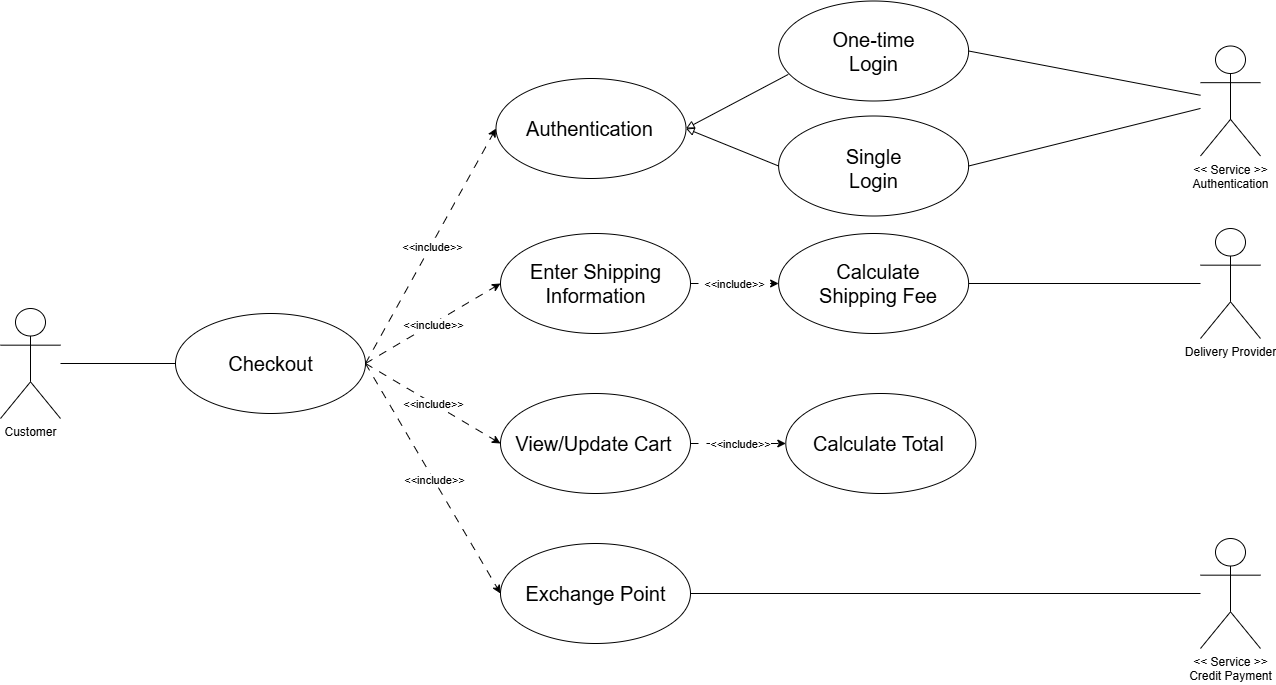
Thu-sunrise/cloud_computing keeps this draw.io diagram as docs/usecases/detailed/checkout.drawio.png. Above is the earlier version. Source tidied: cells renumbered, new cells last; positions are measured from the earlier drawing's top-left corner, leaving out a move shared by most shapes.
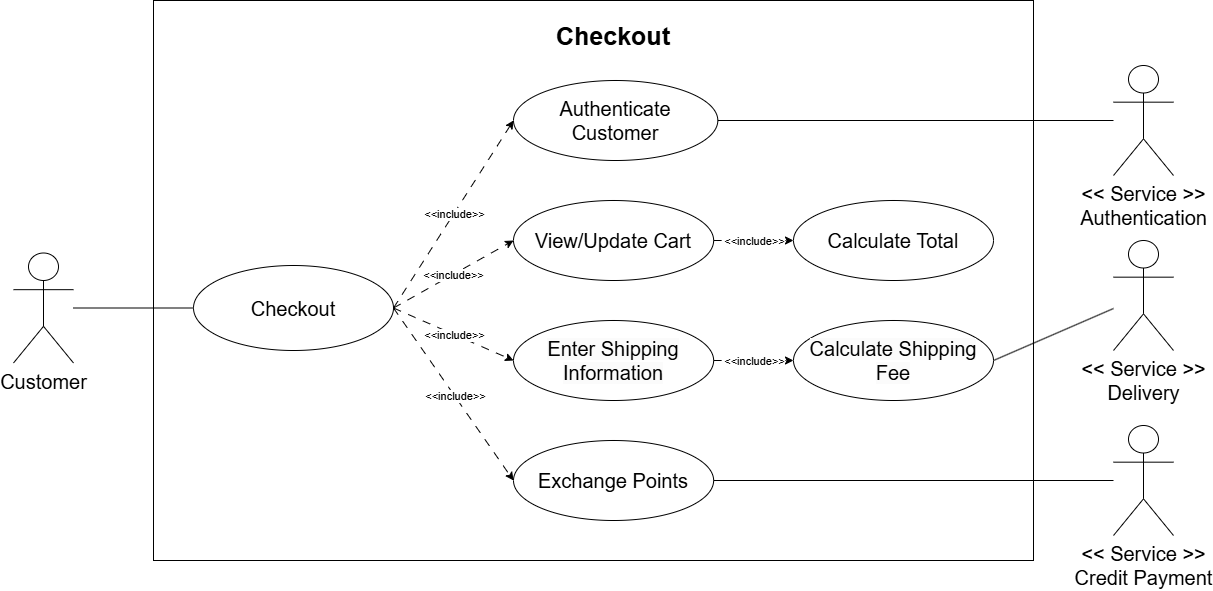
The same file after the commit.

Change to the diagram source:
```diff
@@ -1,18 +1,18 @@
-<mxGraphModel>
+<mxGraphModel background="#ffffff">
   <root>
     <mxCell id="0" />
     <mxCell id="1" parent="0" />
+    <mxCell id="43" style="rounded=0;whiteSpace=wrap;html=1;" parent="1" vertex="1">
+      <mxGeometry x="110" y="2" width="880" height="560" as="geometry" />
+    </mxCell>
-    <mxCell id="2" style="ellipse;whiteSpace=wrap;html=1;" parent="1" vertex="1">
-      <mxGeometry x="175" y="312" width="190" height="100" as="geometry" />
+    <mxCell id="2" value="Checkout" style="ellipse;whiteSpace=wrap;html=1;fontSize=20;" parent="1" vertex="1">
+      <mxGeometry x="150" y="267" width="200" height="85" as="geometry" />
     </mxCell>
-    <mxCell id="3" style="edgeStyle=orthogonalEdgeStyle;rounded=0;jettySize=auto;html=1;entryX=0;entryY=0.5;entryDx=0;entryDy=0;endArrow=none;endFill=0;" parent="1" edge="1" source="36" target="2">
-      <mxGeometry relative="1" as="geometry" />
-    </mxCell>
-    <mxCell id="4" style="ellipse;whiteSpace=wrap;html=1;" parent="1" vertex="1">
-      <mxGeometry x="495.5" y="77" width="190" height="100" as="geometry" />
+    <mxCell id="4" value="&lt;span style=&quot;color: rgb(0, 0, 0); font-size: 20px;&quot;&gt;Authenticate Customer&lt;/span&gt;" style="ellipse;whiteSpace=wrap;html=1;" parent="1" vertex="1">
+      <mxGeometry x="470" y="82" width="204.3" height="80" as="geometry" />
     </mxCell>
-    <mxCell id="5" style="ellipse;whiteSpace=wrap;html=1;" parent="1" vertex="1">
-      <mxGeometry x="500" y="232" width="190" height="100" as="geometry" />
+    <mxCell id="5" value="&lt;span style=&quot;color: rgb(0, 0, 0); font-family: Helvetica; font-size: 20px; font-style: normal; font-variant-ligatures: normal; font-variant-caps: normal; font-weight: 400; letter-spacing: normal; orphans: 2; text-align: center; text-indent: 0px; text-transform: none; widows: 2; word-spacing: 0px; -webkit-text-stroke-width: 0px; white-space: normal; background-color: rgb(251, 251, 251); text-decoration-thickness: initial; text-decoration-style: initial; text-decoration-color: initial; float: none; display: inline !important;&quot;&gt;Enter Shipping Information&lt;/span&gt;" style="ellipse;whiteSpace=wrap;html=1;" parent="1" vertex="1">
+      <mxGeometry x="470" y="322" width="200.2" height="80" as="geometry" />
     </mxCell>
     <mxCell id="6" style="endArrow=classic;html=1;rounded=0;exitX=1;exitY=0.5;exitDx=0;exitDy=0;entryX=0;entryY=0.5;entryDx=0;entryDy=0;dashed=1;dashPattern=8 8;endFill=1;" parent="1" edge="1" source="2" target="4">
       <mxGeometry relative="1" as="geometry" />
@@ -20,8 +20,8 @@
     <mxCell id="7" value="&amp;lt;&amp;lt;include&amp;gt;&amp;gt;" style="edgeLabel;html=1;align=center;verticalAlign=middle;" parent="6" vertex="1">
       <mxGeometry relative="1" as="geometry" />
     </mxCell>
-    <mxCell id="8" style="ellipse;whiteSpace=wrap;html=1;" parent="1" vertex="1">
-      <mxGeometry x="500" y="542" width="190" height="100" as="geometry" />
+    <mxCell id="8" value="&lt;span style=&quot;color: rgb(0, 0, 0); font-size: 20px;&quot;&gt;Exchange Points&lt;/span&gt;" style="ellipse;whiteSpace=wrap;html=1;" parent="1" vertex="1">
+      <mxGeometry x="470" y="442" width="200.2" height="80" as="geometry" />
     </mxCell>
     <mxCell id="9" style="endArrow=classic;html=1;rounded=0;exitX=1;exitY=0.5;exitDx=0;exitDy=0;entryX=0;entryY=0.5;entryDx=0;entryDy=0;dashed=1;dashPattern=8 8;" parent="1" edge="1" source="2" target="8">
       <mxGeometry relative="1" as="geometry" />
@@ -35,8 +35,8 @@
     <mxCell id="12" value="&amp;lt;&amp;lt;include&amp;gt;&amp;gt;" style="edgeLabel;html=1;align=center;verticalAlign=middle;" parent="11" vertex="1">
       <mxGeometry relative="1" as="geometry" />
     </mxCell>
-    <mxCell id="13" style="ellipse;whiteSpace=wrap;html=1;" parent="1" vertex="1">
-      <mxGeometry x="500" y="392" width="190" height="100" as="geometry" />
+    <mxCell id="13" value="&lt;span style=&quot;color: rgb(0, 0, 0); font-size: 20px;&quot;&gt;View/Update Cart&lt;/span&gt;" style="ellipse;whiteSpace=wrap;html=1;" parent="1" vertex="1">
+      <mxGeometry x="470" y="202" width="200.2" height="80" as="geometry" />
     </mxCell>
     <mxCell id="14" style="endArrow=classic;html=1;rounded=0;exitX=1;exitY=0.5;exitDx=0;exitDy=0;entryX=0;entryY=0.5;entryDx=0;entryDy=0;dashed=1;dashPattern=8 8;" parent="1" edge="1" source="2" target="13">
       <mxGeometry relative="1" as="geometry" />
@@ -44,41 +44,17 @@
     <mxCell id="15" value="&amp;lt;&amp;lt;include&amp;gt;&amp;gt;" style="edgeLabel;html=1;align=center;verticalAlign=middle;" parent="14" vertex="1">
       <mxGeometry relative="1" as="geometry" />
     </mxCell>
-    <mxCell id="16" style="ellipse;whiteSpace=wrap;html=1;" parent="1" vertex="1">
-      <mxGeometry x="778.1" y="-0.5" width="190" height="100" as="geometry" />
-    </mxCell>
-    <mxCell id="17" value="One-time Login" style="text;html=1;align=center;verticalAlign=middle;whiteSpace=wrap;rounded=0;fontSize=20;" parent="1" vertex="1">
-      <mxGeometry x="821.9" y="37" width="102.5" height="25" as="geometry" />
-    </mxCell>
-    <mxCell id="18" style="ellipse;whiteSpace=wrap;html=1;" parent="1" vertex="1">
-      <mxGeometry x="778.1" y="114.5" width="190" height="100" as="geometry" />
-    </mxCell>
-    <mxCell id="19" value="Single Login" style="text;html=1;align=center;verticalAlign=middle;whiteSpace=wrap;rounded=0;fontSize=20;" parent="1" vertex="1">
-      <mxGeometry x="821.9" y="154.5" width="102.5" height="25" as="geometry" />
-    </mxCell>
-    <mxCell id="20" style="rounded=0;jettySize=auto;html=1;entryX=1;entryY=0.5;entryDx=0;entryDy=0;endArrow=block;endFill=0;exitX=0.051;exitY=0.734;exitDx=0;exitDy=0;exitPerimeter=0;" parent="1" edge="1" source="16" target="4">
-      <mxGeometry relative="1" as="geometry" />
-    </mxCell>
-    <mxCell id="21" style="rounded=0;jettySize=auto;html=1;entryX=1;entryY=0.5;entryDx=0;entryDy=0;endArrow=block;endFill=0;exitX=0;exitY=0.5;exitDx=0;exitDy=0;" parent="1" edge="1" source="18" target="4">
-      <mxGeometry relative="1" as="geometry" />
-    </mxCell>
-    <mxCell id="22" style="rounded=0;jettySize=auto;html=1;entryX=1;entryY=0.5;entryDx=0;entryDy=0;endArrow=none;endFill=0;" parent="1" edge="1" source="23" target="18">
-      <mxGeometry relative="1" as="geometry" />
-    </mxCell>
-    <mxCell id="23" value="&lt;div&gt;&amp;lt;&amp;lt; Service &amp;gt;&amp;gt;&lt;/div&gt;&lt;div&gt;Authentication&lt;/div&gt;" style="shape=umlActor;verticalLabelPosition=bottom;verticalAlign=top;html=1;outlineConnect=0;" parent="1" vertex="1">
-      <mxGeometry x="1200" y="44.5" width="60" height="110" as="geometry" />
+    <mxCell id="23" value="&lt;div&gt;&amp;lt;&amp;lt; Service &amp;gt;&amp;gt;&lt;/div&gt;&lt;div&gt;Authentication&lt;/div&gt;" style="shape=umlActor;verticalLabelPosition=bottom;verticalAlign=top;html=1;outlineConnect=0;fontSize=20;" parent="1" vertex="1">
+      <mxGeometry x="1070" y="67" width="60" height="110" as="geometry" />
     </mxCell>
     <mxCell id="24" style="rounded=0;jettySize=auto;html=1;endArrow=none;endFill=0;entryX=1;entryY=0.5;entryDx=0;entryDy=0;" parent="1" edge="1" source="34" target="30">
       <mxGeometry relative="1" as="geometry" />
     </mxCell>
-    <mxCell id="25" style="rounded=0;jettySize=auto;html=1;entryX=1;entryY=0.5;entryDx=0;entryDy=0;endArrow=none;endFill=0;" parent="1" edge="1" source="23" target="16">
-      <mxGeometry relative="1" as="geometry" />
-    </mxCell>
     <mxCell id="26" style="rounded=0;jettySize=auto;html=1;entryX=1;entryY=0.5;entryDx=0;entryDy=0;endArrow=none;endFill=0;" parent="1" edge="1" source="35" target="8">
       <mxGeometry relative="1" as="geometry" />
     </mxCell>
-    <mxCell id="27" style="ellipse;whiteSpace=wrap;html=1;" parent="1" vertex="1">
-      <mxGeometry x="785.3" y="392" width="190" height="100" as="geometry" />
+    <mxCell id="27" value="&lt;span style=&quot;color: rgb(0, 0, 0); font-size: 20px;&quot;&gt;Calculate Total&lt;/span&gt;" style="ellipse;whiteSpace=wrap;html=1;" parent="1" vertex="1">
+      <mxGeometry x="750" y="202" width="200" height="80" as="geometry" />
     </mxCell>
     <mxCell id="28" style="endArrow=classic;html=1;rounded=0;exitX=1;exitY=0.5;exitDx=0;exitDy=0;entryX=0;entryY=0.5;entryDx=0;entryDy=0;dashed=1;dashPattern=8 8;" parent="1" edge="1" source="13" target="27">
       <mxGeometry relative="1" as="geometry" />
@@ -86,8 +62,8 @@
     <mxCell id="29" value="&amp;lt;&amp;lt;include&amp;gt;&amp;gt;" style="edgeLabel;html=1;align=center;verticalAlign=middle;" parent="28" vertex="1">
       <mxGeometry relative="1" as="geometry" />
     </mxCell>
-    <mxCell id="30" style="ellipse;whiteSpace=wrap;html=1;" parent="1" vertex="1">
-      <mxGeometry x="778.1" y="232" width="190" height="100" as="geometry" />
+    <mxCell id="30" value="&lt;span style=&quot;color: rgb(0, 0, 0); font-family: Helvetica; font-size: 20px; font-style: normal; font-variant-ligatures: normal; font-variant-caps: normal; font-weight: 400; letter-spacing: normal; orphans: 2; text-align: center; text-indent: 0px; text-transform: none; widows: 2; word-spacing: 0px; -webkit-text-stroke-width: 0px; white-space: normal; background-color: rgb(251, 251, 251); text-decoration-thickness: initial; text-decoration-style: initial; text-decoration-color: initial; float: none; display: inline !important;&quot;&gt;Calculate Shipping Fee&lt;/span&gt;" style="ellipse;whiteSpace=wrap;html=1;" parent="1" vertex="1">
+      <mxGeometry x="750" y="322" width="200" height="80" as="geometry" />
     </mxCell>
     <mxCell id="31" style="endArrow=classic;html=1;rounded=0;exitX=1;exitY=0.5;exitDx=0;exitDy=0;entryX=0;entryY=0.5;entryDx=0;entryDy=0;dashed=1;dashPattern=8 8;" parent="1" edge="1" source="5" target="30">
       <mxGeometry relative="1" as="geometry" />
@@ -95,35 +71,23 @@
     <mxCell id="32" value="&amp;lt;&amp;lt;include&amp;gt;&amp;gt;" style="edgeLabel;html=1;align=center;verticalAlign=middle;" parent="31" vertex="1">
       <mxGeometry relative="1" as="geometry" />
     </mxCell>
-    <mxCell id="33" value="Calculate Shipping Fee" style="text;html=1;align=center;verticalAlign=middle;whiteSpace=wrap;rounded=0;fontSize=20;" parent="1" vertex="1">
-      <mxGeometry x="797.4" y="269.5" width="162" height="25" as="geometry" />
-    </mxCell>
-    <mxCell id="34" value="Delivery Provider" style="shape=umlActor;verticalLabelPosition=bottom;verticalAlign=top;html=1;outlineConnect=0;" parent="1" vertex="1">
-      <mxGeometry x="1200" y="227" width="60" height="110" as="geometry" />
+    <mxCell id="34" value="&amp;lt;&amp;lt; Service &amp;gt;&amp;gt;&lt;div&gt;Delivery&lt;/div&gt;" style="shape=umlActor;verticalLabelPosition=bottom;verticalAlign=top;html=1;outlineConnect=0;fontSize=20;" parent="1" vertex="1">
+      <mxGeometry x="1070" y="242" width="60" height="110" as="geometry" />
     </mxCell>
-    <mxCell id="35" value="&lt;div&gt;&amp;lt;&amp;lt; Service &amp;gt;&amp;gt;&lt;/div&gt;&lt;div&gt;Credit Payment&lt;/div&gt;" style="shape=umlActor;verticalLabelPosition=bottom;verticalAlign=top;html=1;outlineConnect=0;" parent="1" vertex="1">
-      <mxGeometry x="1200" y="537" width="60" height="110" as="geometry" />
+    <mxCell id="35" value="&lt;div&gt;&amp;lt;&amp;lt; Service &amp;gt;&amp;gt;&lt;/div&gt;&lt;div&gt;Credit Payment&lt;/div&gt;" style="shape=umlActor;verticalLabelPosition=bottom;verticalAlign=top;html=1;outlineConnect=0;fontSize=20;" parent="1" vertex="1">
+      <mxGeometry x="1070" y="427" width="60" height="110" as="geometry" />
     </mxCell>
-    <mxCell id="36" value="&lt;div&gt;Customer&lt;/div&gt;" style="shape=umlActor;verticalLabelPosition=bottom;verticalAlign=top;html=1;outlineConnect=0;" parent="1" vertex="1">
-      <mxGeometry y="307" width="60" height="110" as="geometry" />
+    <mxCell id="36" value="&lt;div&gt;Customer&lt;/div&gt;" style="shape=umlActor;verticalLabelPosition=bottom;verticalAlign=top;html=1;outlineConnect=0;fontSize=20;" parent="1" vertex="1">
+      <mxGeometry x="-30" y="254.5" width="60" height="110" as="geometry" />
     </mxCell>
+    <mxCell id="44" style="endArrow=none;html=1;exitX=1;exitY=0.5;exitDx=0;exitDy=0;" parent="1" edge="1" source="4" target="23">
+      <mxGeometry relative="1" as="geometry" />
+    </mxCell>
+    <mxCell id="3" style="endArrow=none;html=1;entryX=0;entryY=0.5;entryDx=0;entryDy=0;" parent="1" edge="1" source="36" target="2">
+      <mxGeometry relative="1" as="geometry" />
+    </mxCell>
-    <mxCell id="37" value="Checkout" style="text;html=1;align=center;verticalAlign=middle;whiteSpace=wrap;rounded=0;fontSize=20;" parent="1" vertex="1">
-      <mxGeometry x="180.7" y="349.5" width="178.6" height="25" as="geometry" />
+    <mxCell id="37" value="&lt;font style=&quot;font-size: 25px;&quot;&gt;&lt;b&gt;Checkout&lt;/b&gt;&lt;/font&gt;" style="text;html=1;align=center;verticalAlign=middle;whiteSpace=wrap;rounded=0;" parent="1" vertex="1">
+      <mxGeometry x="540.1" y="22" width="60" height="30" as="geometry" />
     </mxCell>
-    <mxCell id="38" value="Authentication" style="text;html=1;align=center;verticalAlign=middle;whiteSpace=wrap;rounded=0;fontSize=20;" parent="1" vertex="1">
-      <mxGeometry x="500" y="114.5" width="178.6" height="25" as="geometry" />
-    </mxCell>
-    <mxCell id="39" value="Enter Shipping Information" style="text;html=1;align=center;verticalAlign=middle;whiteSpace=wrap;rounded=0;fontSize=20;" parent="1" vertex="1">
-      <mxGeometry x="505.7" y="269.5" width="178.6" height="25" as="geometry" />
-    </mxCell>
-    <mxCell id="40" value="View/Update Cart" style="text;html=1;align=center;verticalAlign=middle;whiteSpace=wrap;rounded=0;fontSize=20;" parent="1" vertex="1">
-      <mxGeometry x="503.6" y="429.5" width="178.6" height="25" as="geometry" />
-    </mxCell>
-    <mxCell id="41" value="Exchange Point" style="text;html=1;align=center;verticalAlign=middle;whiteSpace=wrap;rounded=0;fontSize=20;" parent="1" vertex="1">
-      <mxGeometry x="505.7" y="579.5" width="178.6" height="25" as="geometry" />
-    </mxCell>
-    <mxCell id="42" value="Calculate Total" style="text;html=1;align=center;verticalAlign=middle;whiteSpace=wrap;rounded=0;fontSize=20;" parent="1" vertex="1">
-      <mxGeometry x="789.1" y="429.5" width="178.6" height="25" as="geometry" />
-    </mxCell>
   </root>
 </mxGraphModel>
```
